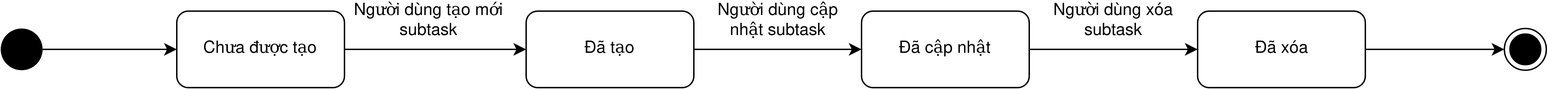
The draw.io diagram ToDoApp-Doc/Document/Diagram/State Machine Diagram/ManageSubtask/ManageSubtask.png in Merevoli-DatLuu/To-Do-App, before a commit. Source tidied: cells renumbered, new cells last; positions are measured from the earlier drawing's top-left corner, leaving out a move shared by most shapes.
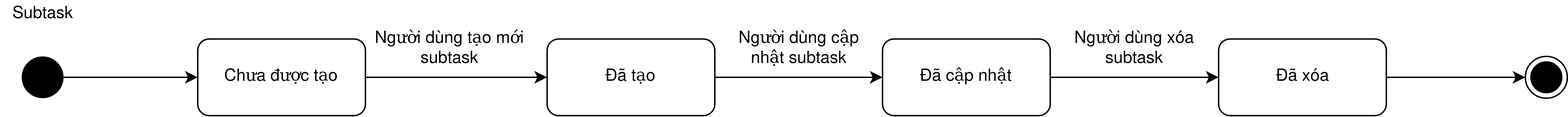
The same file after the commit.

Commit message:
[Document, Modified]: ManageSubtask.png StateDiagram

Diff of the diagram source:
```diff
@@ -44,5 +44,8 @@
     <mxCell id="15" style="ellipse;html=1;shape=endState;fillColor=#000000;strokeColor=#000000;" parent="1" vertex="1">
       <mxGeometry x="1076" y="20" width="30" height="30" as="geometry" />
     </mxCell>
+    <mxCell id="16" value="Subtask" style="text;html=1;align=center;verticalAlign=middle;" parent="1" vertex="1">
+      <mxGeometry x="-15" y="-20" width="60" height="20" as="geometry" />
+    </mxCell>
   </root>
 </mxGraphModel>
```
